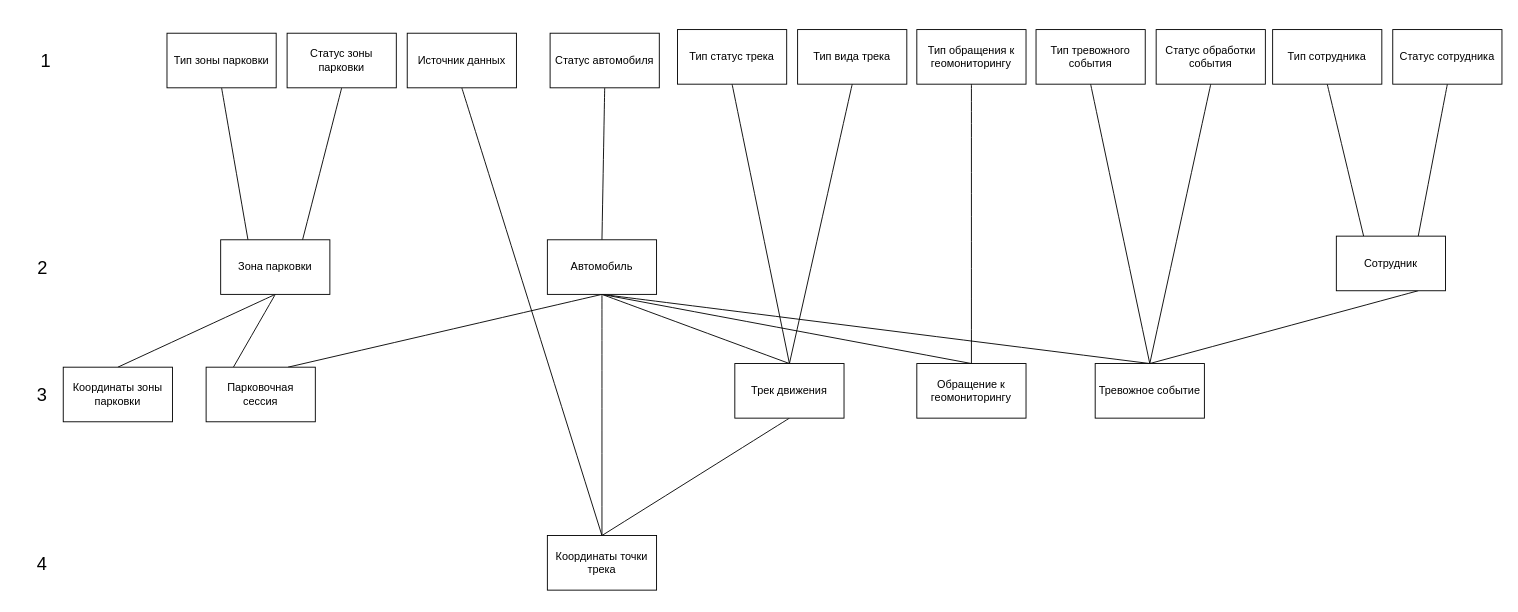
The draw.io diagram page "Page-2" (2 of 2) of sem4/db/source/db.drawio in vizurth/poly, before the edit. Source tidied: cells renumbered, new cells numbered last; positions are measured from the earlier drawing's top-left corner, leaving out a move shared by most shapes. Both pictures are drawn from the tidied source at 91%, with x=0, y=0 at pixel (23, 29).
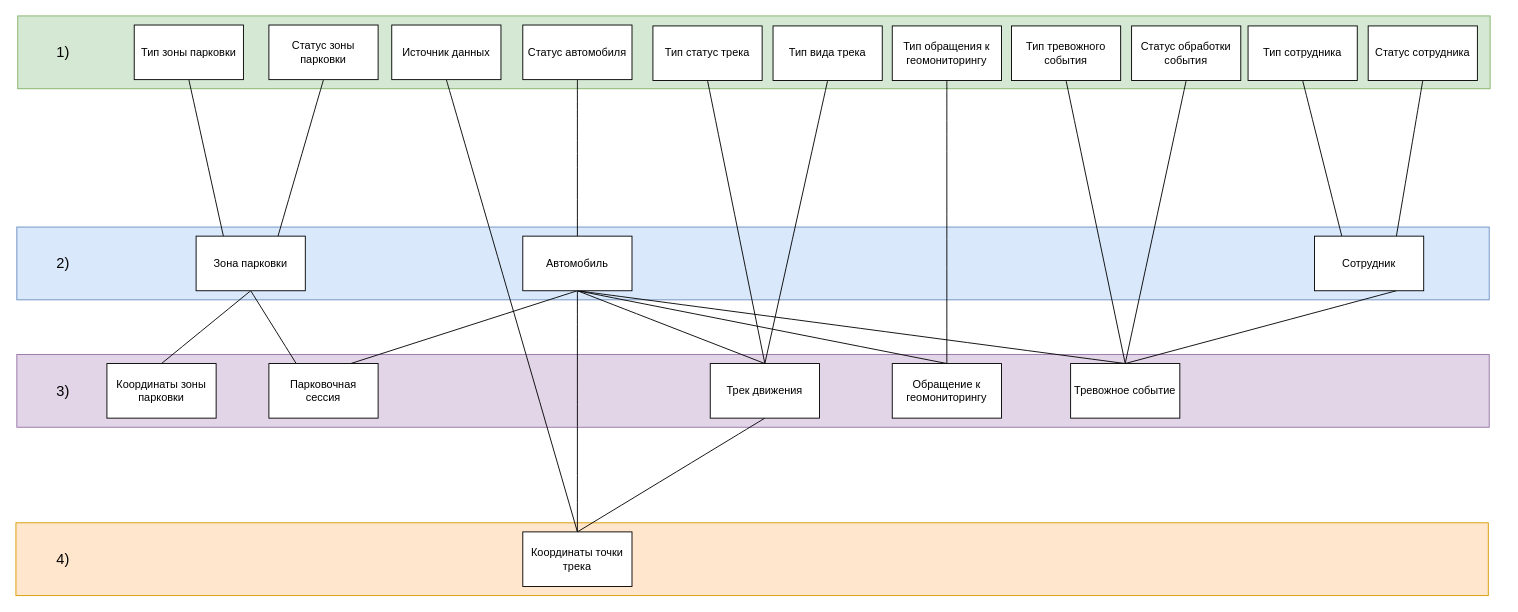
The same page after the edit.

Diff of the diagram source:
```diff
@@
+    <mxCell id="46" style="rounded=0;whiteSpace=wrap;html=1;fillColor=#ffe6cc;strokeColor=#d79b00;" parent="1" vertex="1">
+      <mxGeometry x="-8" y="542" width="1618" height="80" as="geometry" />
+    </mxCell>
+    <mxCell id="47" style="rounded=0;whiteSpace=wrap;html=1;fillColor=#e1d5e7;strokeColor=#9673a6;" parent="1" vertex="1">
+      <mxGeometry x="-7" y="357" width="1618" height="80" as="geometry" />
+    </mxCell>
+    <mxCell id="48" style="rounded=0;whiteSpace=wrap;html=1;fillColor=#dae8fc;strokeColor=#6c8ebf;" parent="1" vertex="1">
+      <mxGeometry x="-7" y="217" width="1618" height="80" as="geometry" />
+    </mxCell>
+    <mxCell id="49" style="rounded=0;whiteSpace=wrap;html=1;fillColor=#d5e8d4;strokeColor=#82b366;" parent="1" vertex="1">
+      <mxGeometry x="-6" y="-15" width="1618" height="80" as="geometry" />
+    </mxCell>
@@
     <mxCell id="3" value="Тип сотрудника" style="rounded=0;whiteSpace=wrap;html=1;" parent="1" vertex="1">
-      <mxGeometry x="1373" width="120" height="60" as="geometry" />
+      <mxGeometry x="1346" y="-4" width="120" height="60" as="geometry" />
     </mxCell>
@@
     <mxCell id="5" value="Статус сотрудника" style="rounded=0;whiteSpace=wrap;html=1;" parent="1" vertex="1">
-      <mxGeometry x="1505" width="120" height="60" as="geometry" />
+      <mxGeometry x="1478" y="-4" width="120" height="60" as="geometry" />
     </mxCell>
@@
     <mxCell id="7" value="Статус автомобиля" style="rounded=0;whiteSpace=wrap;html=1;" parent="1" vertex="1">
-      <mxGeometry x="579" y="4" width="120" height="60" as="geometry" />
+      <mxGeometry x="549" y="-5" width="120" height="60" as="geometry" />
     </mxCell>
@@
     <mxCell id="9" value="Тип зоны парковки" style="rounded=0;whiteSpace=wrap;html=1;" parent="1" vertex="1">
-      <mxGeometry x="158" y="4" width="120" height="60" as="geometry" />
+      <mxGeometry x="122" y="-5" width="120" height="60" as="geometry" />
     </mxCell>
@@
     <mxCell id="11" value="Статус зоны парковки" style="rounded=0;whiteSpace=wrap;html=1;" parent="1" vertex="1">
-      <mxGeometry x="290" y="4" width="120" height="60" as="geometry" />
+      <mxGeometry x="270" y="-5" width="120" height="60" as="geometry" />
     </mxCell>
@@
     <mxCell id="13" value="Тип статус трека" style="rounded=0;whiteSpace=wrap;html=1;" parent="1" vertex="1">
-      <mxGeometry x="719" width="120" height="60" as="geometry" />
+      <mxGeometry x="692" y="-4" width="120" height="60" as="geometry" />
     </mxCell>
@@
     <mxCell id="15" value="Тип вида трека" style="rounded=0;whiteSpace=wrap;html=1;" parent="1" vertex="1">
-      <mxGeometry x="851" width="120" height="60" as="geometry" />
+      <mxGeometry x="824" y="-4" width="120" height="60" as="geometry" />
     </mxCell>
@@
     <mxCell id="17" value="Тип тревожного события" style="rounded=0;whiteSpace=wrap;html=1;" parent="1" vertex="1">
-      <mxGeometry x="1113" width="120" height="60" as="geometry" />
+      <mxGeometry x="1086" y="-4" width="120" height="60" as="geometry" />
     </mxCell>
@@
     <mxCell id="19" value="Статус обработки события" style="rounded=0;whiteSpace=wrap;html=1;" parent="1" vertex="1">
-      <mxGeometry x="1245" width="120" height="60" as="geometry" />
+      <mxGeometry x="1218" y="-4" width="120" height="60" as="geometry" />
     </mxCell>
@@
     <mxCell id="21" value="Тип обращения к геомониторингу" style="rounded=0;whiteSpace=wrap;html=1;" parent="1" vertex="1">
-      <mxGeometry x="982" width="120" height="60" as="geometry" />
+      <mxGeometry x="955" y="-4" width="120" height="60" as="geometry" />
     </mxCell>
@@
     <mxCell id="24" value="Зона парковки" style="rounded=0;whiteSpace=wrap;html=1;" parent="1" vertex="1">
-      <mxGeometry x="217" y="231" width="120" height="60" as="geometry" />
+      <mxGeometry x="190" y="227" width="120" height="60" as="geometry" />
     </mxCell>
@@
     <mxCell id="26" value="Сотрудник" style="rounded=0;whiteSpace=wrap;html=1;" parent="1" vertex="1">
-      <mxGeometry x="1443" y="227" width="120" height="60" as="geometry" />
+      <mxGeometry x="1419" y="227" width="120" height="60" as="geometry" />
     </mxCell>
@@
     <mxCell id="32" value="Автомобиль" style="rounded=0;whiteSpace=wrap;html=1;" parent="1" vertex="1">
-      <mxGeometry x="576" y="231" width="120" height="60" as="geometry" />
+      <mxGeometry x="549" y="227" width="120" height="60" as="geometry" />
     </mxCell>
     <mxCell id="33" value="&lt;div&gt;Парковочная&lt;/div&gt;&lt;div&gt;сессия&lt;/div&gt;" style="rounded=0;whiteSpace=wrap;html=1;" parent="1" vertex="1">
-      <mxGeometry x="201" y="371" width="120" height="60" as="geometry" />
+      <mxGeometry x="270" y="367" width="120" height="60" as="geometry" />
     </mxCell>
     <mxCell id="34" value="Тревожное событие" style="rounded=0;whiteSpace=wrap;html=1;" parent="1" vertex="1">
-      <mxGeometry x="1178" y="367" width="120" height="60" as="geometry" />
+      <mxGeometry x="1151" y="367" width="120" height="60" as="geometry" />
     </mxCell>
     <mxCell id="35" value="Координаты зоны парковки" style="rounded=0;whiteSpace=wrap;html=1;" parent="1" vertex="1">
-      <mxGeometry x="44" y="371" width="120" height="60" as="geometry" />
+      <mxGeometry x="92" y="367" width="120" height="60" as="geometry" />
     </mxCell>
     <mxCell id="36" value="Обращение к геомониторингу" style="rounded=0;whiteSpace=wrap;html=1;" parent="1" vertex="1">
-      <mxGeometry x="982" y="367" width="120" height="60" as="geometry" />
+      <mxGeometry x="955" y="367" width="120" height="60" as="geometry" />
     </mxCell>
@@
     <mxCell id="38" value="Трек движения" style="rounded=0;whiteSpace=wrap;html=1;" parent="1" vertex="1">
-      <mxGeometry x="782" y="367" width="120" height="60" as="geometry" />
+      <mxGeometry x="755" y="367" width="120" height="60" as="geometry" />
     </mxCell>
@@
     <mxCell id="40" value="Источник данных" style="rounded=0;whiteSpace=wrap;html=1;" parent="1" vertex="1">
-      <mxGeometry x="422" y="4" width="120" height="60" as="geometry" />
+      <mxGeometry x="405" y="-5" width="120" height="60" as="geometry" />
     </mxCell>
     <mxCell id="41" value="Координаты точки трека" style="rounded=0;whiteSpace=wrap;html=1;" parent="1" vertex="1">
-      <mxGeometry x="576" y="556" width="120" height="60" as="geometry" />
+      <mxGeometry x="549" y="552" width="120" height="60" as="geometry" />
     </mxCell>
-    <mxCell id="42" value="&lt;font style=&quot;font-size: 20px;&quot;&gt;1&lt;/font&gt;" style="text;html=1;whiteSpace=wrap;strokeColor=none;fillColor=none;align=center;verticalAlign=middle;rounded=0;" parent="1" vertex="1">
-      <mxGeometry x="4" y="23" width="42" height="22" as="geometry" />
-    </mxCell>
-    <mxCell id="43" value="&lt;font style=&quot;font-size: 20px;&quot;&gt;3&lt;/font&gt;" style="text;html=1;whiteSpace=wrap;strokeColor=none;fillColor=none;align=center;verticalAlign=middle;rounded=0;" parent="1" vertex="1">
-      <mxGeometry y="390" width="42" height="22" as="geometry" />
-    </mxCell>
-    <mxCell id="44" value="&lt;font style=&quot;font-size: 20px;&quot;&gt;4&lt;/font&gt;" style="text;html=1;whiteSpace=wrap;strokeColor=none;fillColor=none;align=center;verticalAlign=middle;rounded=0;" parent="1" vertex="1">
-      <mxGeometry y="575" width="42" height="22" as="geometry" />
-    </mxCell>
-    <mxCell id="45" value="&lt;font style=&quot;font-size: 20px;&quot;&gt;2&lt;/font&gt;" style="text;html=1;whiteSpace=wrap;strokeColor=none;fillColor=none;align=center;verticalAlign=middle;rounded=0;fontSize=16;" parent="1" vertex="1">
-      <mxGeometry x="6.8" y="246" width="28.5" height="30" as="geometry" />
-    </mxCell>
+    <mxCell id="50" value="&lt;font style=&quot;font-size: 16px;&quot;&gt;1)&lt;/font&gt;" style="text;html=1;whiteSpace=wrap;strokeColor=none;fillColor=none;align=center;verticalAlign=middle;rounded=0;" parent="1" vertex="1">
+      <mxGeometry x="14" y="10" width="60" height="30" as="geometry" />
+    </mxCell>
+    <mxCell id="51" value="&lt;font style=&quot;font-size: 16px;&quot;&gt;2)&lt;/font&gt;" style="text;html=1;whiteSpace=wrap;strokeColor=none;fillColor=none;align=center;verticalAlign=middle;rounded=0;" parent="1" vertex="1">
+      <mxGeometry x="14" y="242" width="60" height="30" as="geometry" />
+    </mxCell>
+    <mxCell id="52" value="&lt;font style=&quot;font-size: 16px;&quot;&gt;3)&lt;/font&gt;" style="text;html=1;whiteSpace=wrap;strokeColor=none;fillColor=none;align=center;verticalAlign=middle;rounded=0;" parent="1" vertex="1">
+      <mxGeometry x="14" y="382" width="60" height="30" as="geometry" />
+    </mxCell>
+    <mxCell id="53" value="&lt;font style=&quot;font-size: 16px;&quot;&gt;4)&lt;/font&gt;" style="text;html=1;whiteSpace=wrap;strokeColor=none;fillColor=none;align=center;verticalAlign=middle;rounded=0;" parent="1" vertex="1">
+      <mxGeometry x="14" y="567" width="60" height="30" as="geometry" />
+    </mxCell>
```
